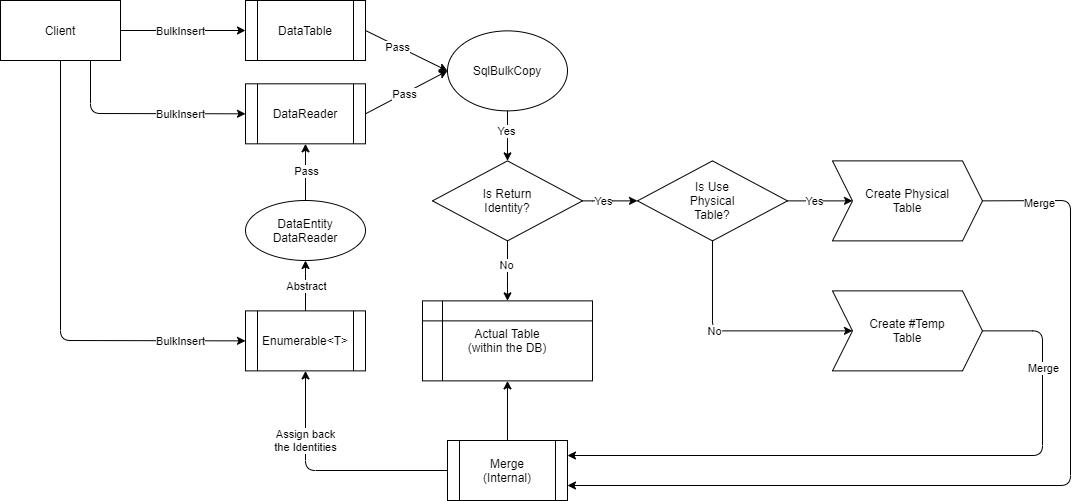
This is assets/images/site/bulk-insert.png from mikependon/RepoDB.NET, a draw.io export, as it was before one commit. Source tidied: cells renumbered, new cells last; positions are measured from the earlier drawing's top-left corner, leaving out a move shared by most shapes.
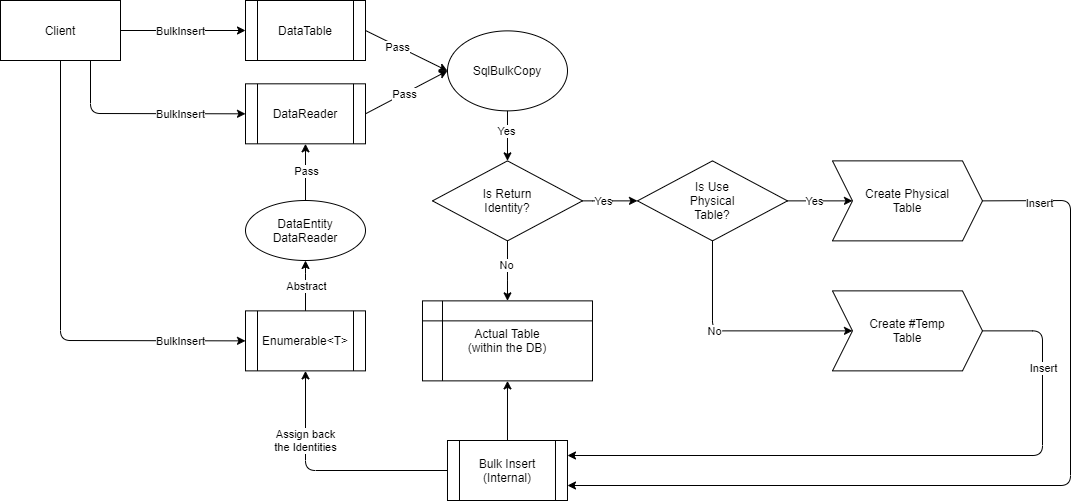
The same diagram one commit later.

Commit message:
Added the images for bulk and cache.

Change to the diagram source:
```diff
@@ -76,7 +76,7 @@
         </Array>
       </mxGeometry>
     </mxCell>
-    <mxCell id="21" value="Merge" style="edgeLabel;html=1;align=center;verticalAlign=middle;" parent="20" vertex="1">
+    <mxCell id="21" value="Insert" style="edgeLabel;html=1;align=center;verticalAlign=middle;" parent="20" vertex="1">
       <mxGeometry x="-0.87" y="-2" relative="1" as="geometry" />
     </mxCell>
     <mxCell id="22" value="Actual Table&lt;br&gt;(within the DB)" style="shape=internalStorage;whiteSpace=wrap;html=1;backgroundOutline=1;" parent="1" vertex="1">
@@ -105,7 +105,7 @@
         </Array>
       </mxGeometry>
     </mxCell>
-    <mxCell id="27" value="Merge" style="edgeLabel;html=1;align=center;verticalAlign=middle;" parent="26" vertex="1">
+    <mxCell id="27" value="Insert" style="edgeLabel;html=1;align=center;verticalAlign=middle;" parent="26" vertex="1">
       <mxGeometry x="-0.82" y="-37" relative="1" as="geometry">
         <mxPoint x="38" y="37" as="offset" />
       </mxGeometry>
@@ -156,7 +156,7 @@
     <mxCell id="37" value="Abstract" style="edgeLabel;html=1;align=center;verticalAlign=middle;" parent="36" vertex="1">
       <mxGeometry x="-0.01" relative="1" as="geometry" />
     </mxCell>
-    <mxCell id="38" value="Merge&lt;br&gt;(Internal)" style="shape=process;whiteSpace=wrap;html=1;backgroundOutline=1;" parent="1" vertex="1">
+    <mxCell id="38" value="Bulk Insert&lt;br&gt;(Internal)" style="shape=process;whiteSpace=wrap;html=1;backgroundOutline=1;" parent="1" vertex="1">
       <mxGeometry x="447" y="440" width="120" height="60" as="geometry" />
     </mxCell>
     <mxCell id="39" style="endArrow=classic;html=1;entryX=0.5;entryY=1;entryDx=0;entryDy=0;exitX=0.5;exitY=0;exitDx=0;exitDy=0;" parent="1" edge="1" source="38" target="22">
```
